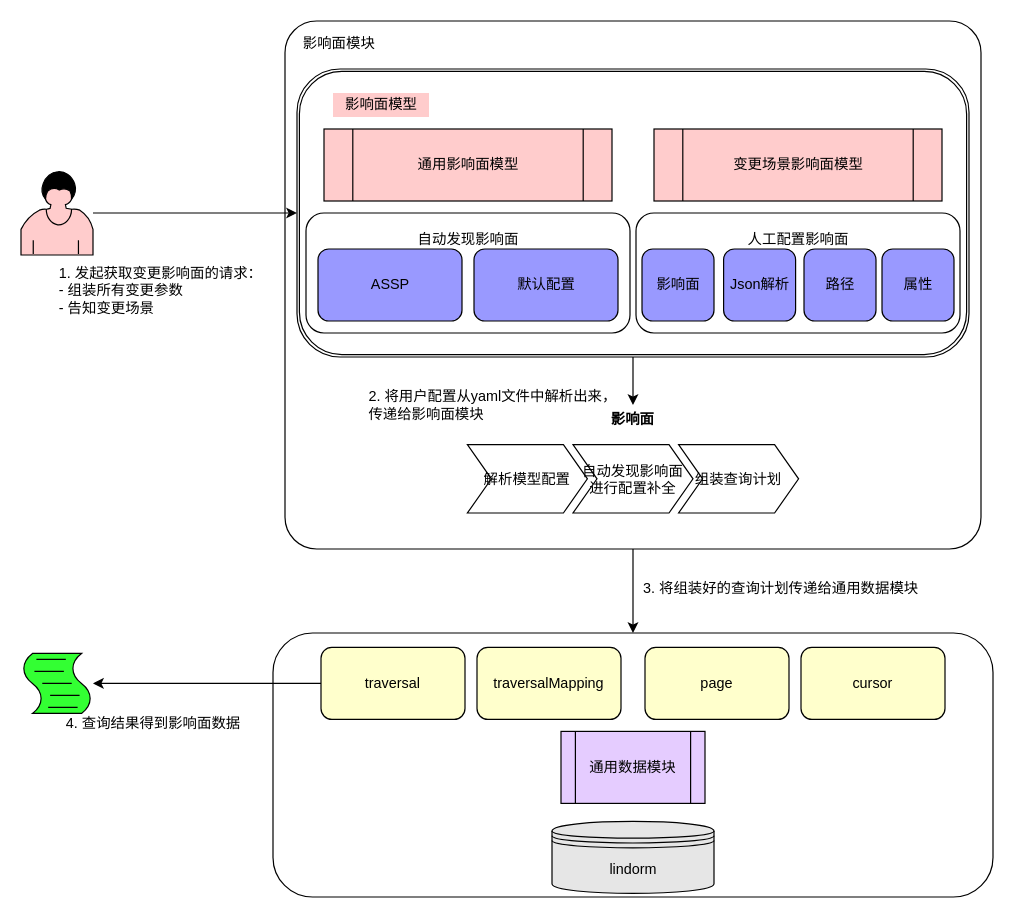
frankneu/draw.io keeps this draw.io diagram as 变更影响面内部框架.drawio. Above is the earlier version. Source tidied: cells renumbered, new cells numbered last; positions are measured from the earlier drawing's top-left corner, leaving out a move shared by most shapes. Both pictures are drawn from the tidied source at 120%, with x=0, y=0 at pixel (20, 20).
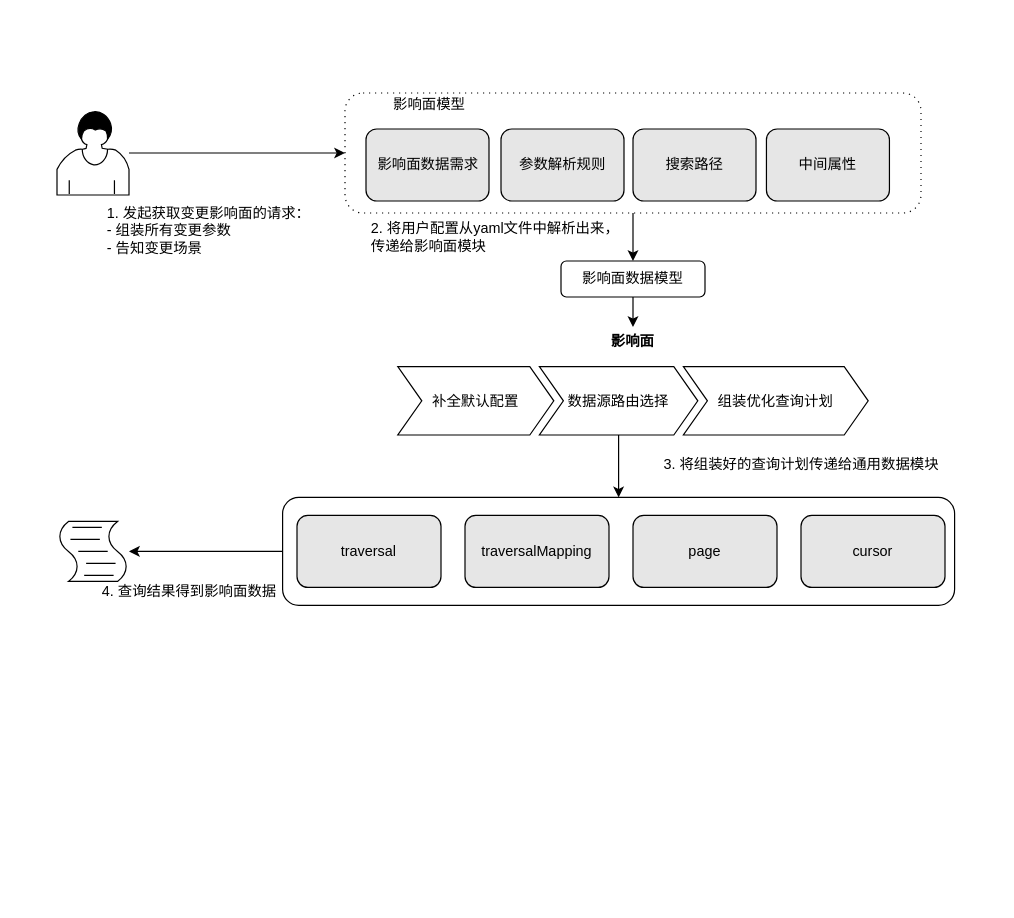
After the change.

Commit message:
Update 变更影响面内部框架.drawio

Diff of the diagram source:
```diff
@@
-    <mxCell id="2" style="edgeStyle=orthogonalEdgeStyle;rounded=0;jettySize=auto;html=1;exitX=0.5;exitY=1;exitDx=0;exitDy=0;entryX=0.5;entryY=0;entryDx=0;entryDy=0;" parent="1" edge="1" source="3" target="9">
-      <mxGeometry relative="1" as="geometry" />
-    </mxCell>
-    <mxCell id="3" value="&amp;nbsp; &amp;nbsp; 影响面模块&lt;br&gt;&lt;br&gt;&lt;br&gt;&lt;br&gt;&lt;br&gt;&lt;br&gt;&lt;br&gt;&lt;br&gt;&lt;br&gt;&lt;br&gt;&lt;br&gt;&lt;br&gt;&lt;br&gt;&lt;br&gt;&lt;br&gt;&lt;br&gt;&lt;br&gt;&lt;br&gt;&lt;br&gt;&lt;br&gt;&lt;br&gt;&lt;br&gt;&lt;br&gt;&lt;br&gt;&lt;br&gt;&lt;br&gt;&lt;br&gt;&lt;br&gt;&lt;br&gt;" style="rounded=1;whiteSpace=wrap;html=1;align=left;arcSize=6;" parent="1" vertex="1">
-      <mxGeometry x="220" width="580" height="440" as="geometry" />
-    </mxCell>
-    <mxCell id="4" style="shape=ext;double=1;rounded=1;whiteSpace=wrap;html=1;fillColor=none;arcSize=15;" parent="1" vertex="1">
-      <mxGeometry x="230" y="40" width="560" height="240" as="geometry" />
-    </mxCell>
-    <mxCell id="5" value="自动发现影响面&lt;br&gt;&lt;br&gt;&lt;br&gt;&lt;br&gt;&lt;br&gt;" style="rounded=1;whiteSpace=wrap;html=1;" parent="1" vertex="1">
-      <mxGeometry x="237.5" y="160" width="270" height="100" as="geometry" />
-    </mxCell>
-    <mxCell id="6" value="ASSP" style="rounded=1;whiteSpace=wrap;html=1;fillColor=#9999FF;" parent="1" vertex="1">
-      <mxGeometry x="247.5" y="190" width="120" height="60" as="geometry" />
-    </mxCell>
-    <mxCell id="7" value="默认配置" style="rounded=1;whiteSpace=wrap;html=1;fillColor=#9999FF;" parent="1" vertex="1">
-      <mxGeometry x="377.5" y="190" width="120" height="60" as="geometry" />
-    </mxCell>
-    <mxCell id="8" value="人工配置影响面&lt;br&gt;&lt;br&gt;&lt;br&gt;&lt;br&gt;&lt;br&gt;" style="rounded=1;whiteSpace=wrap;html=1;" parent="1" vertex="1">
-      <mxGeometry x="512.5" y="160" width="270" height="100" as="geometry" />
-    </mxCell>
+    <mxCell id="36" style="shape=ext;rounded=1;html=1;whiteSpace=wrap;dashed=1;dashPattern=1 4;fillColor=none;" parent="1" vertex="1">
+      <mxGeometry x="270" y="60" width="480" height="100" as="geometry" />
+    </mxCell>
+    <mxCell id="37" style="edgeStyle=orthogonalEdgeStyle;rounded=0;jettySize=auto;html=1;exitX=0;exitY=0.5;exitDx=0;exitDy=0;" parent="1" edge="1" source="9" target="24">
+      <mxGeometry relative="1" as="geometry" />
+    </mxCell>
     <mxCell id="9" style="rounded=1;whiteSpace=wrap;html=1;" parent="1" vertex="1">
-      <mxGeometry x="210" y="510" width="600" height="220" as="geometry" />
+      <mxGeometry x="218" y="397" width="560" height="90" as="geometry" />
     </mxCell>
-    <mxCell id="10" value="traversalMapping" style="rounded=1;whiteSpace=wrap;html=1;fillColor=#FFFFCC;" parent="1" vertex="1">
-      <mxGeometry x="380" y="522" width="120" height="60" as="geometry" />
+    <mxCell id="10" value="traversalMapping" style="rounded=1;whiteSpace=wrap;html=1;fillColor=#E6E6E6;" parent="1" vertex="1">
+      <mxGeometry x="370" y="412" width="120" height="60" as="geometry" />
     </mxCell>
-    <mxCell id="11" style="edgeStyle=orthogonalEdgeStyle;rounded=0;jettySize=auto;html=1;exitX=0;exitY=0.5;exitDx=0;exitDy=0;" parent="1" edge="1" source="12" target="24">
-      <mxGeometry relative="1" as="geometry" />
-    </mxCell>
-    <mxCell id="12" value="traversal" style="rounded=1;whiteSpace=wrap;html=1;fillColor=#FFFFCC;" parent="1" vertex="1">
-      <mxGeometry x="250" y="522" width="120" height="60" as="geometry" />
+    <mxCell id="12" value="traversal" style="rounded=1;whiteSpace=wrap;html=1;fillColor=#E6E6E6;" parent="1" vertex="1">
+      <mxGeometry x="230" y="412" width="120" height="60" as="geometry" />
     </mxCell>
-    <mxCell id="13" value="page" style="rounded=1;whiteSpace=wrap;html=1;fillColor=#FFFFCC;" parent="1" vertex="1">
-      <mxGeometry x="520" y="522" width="120" height="60" as="geometry" />
+    <mxCell id="13" value="page" style="rounded=1;whiteSpace=wrap;html=1;fillColor=#E6E6E6;" parent="1" vertex="1">
+      <mxGeometry x="510" y="412" width="120" height="60" as="geometry" />
     </mxCell>
-    <mxCell id="14" value="cursor" style="rounded=1;whiteSpace=wrap;html=1;fillColor=#FFFFCC;" parent="1" vertex="1">
-      <mxGeometry x="650" y="522" width="120" height="60" as="geometry" />
+    <mxCell id="14" value="cursor" style="rounded=1;whiteSpace=wrap;html=1;fillColor=#E6E6E6;" parent="1" vertex="1">
+      <mxGeometry x="650" y="412" width="120" height="60" as="geometry" />
     </mxCell>
-    <mxCell id="15" value="lindorm" style="shape=datastore;whiteSpace=wrap;html=1;fillColor=#E6E6E6;" parent="1" vertex="1">
-      <mxGeometry x="442.5" y="667" width="135" height="60" as="geometry" />
-    </mxCell>
-    <mxCell id="16" value="路径" style="rounded=1;whiteSpace=wrap;html=1;fillColor=#9999FF;" parent="1" vertex="1">
-      <mxGeometry x="652.5" y="190" width="60" height="60" as="geometry" />
-    </mxCell>
-    <mxCell id="17" value="影响面" style="rounded=1;whiteSpace=wrap;html=1;fillColor=#9999FF;" parent="1" vertex="1">
-      <mxGeometry x="517.5" y="190" width="60" height="60" as="geometry" />
+    <mxCell id="17" value="影响面数据需求" style="rounded=1;whiteSpace=wrap;html=1;fillColor=#E6E6E6;" parent="1" vertex="1">
+      <mxGeometry x="287.5" y="90" width="102.5" height="60" as="geometry" />
     </mxCell>
-    <mxCell id="18" value="属性" style="rounded=1;whiteSpace=wrap;html=1;fillColor=#9999FF;" parent="1" vertex="1">
-      <mxGeometry x="717.5" y="190" width="60" height="60" as="geometry" />
-    </mxCell>
-    <mxCell id="19" value="Json解析" style="rounded=1;whiteSpace=wrap;html=1;fillColor=#9999FF;" parent="1" vertex="1">
-      <mxGeometry x="585.5" y="190" width="60" height="60" as="geometry" />
-    </mxCell>
-    <mxCell id="20" value="通用影响面模型" style="shape=process;whiteSpace=wrap;html=1;backgroundOutline=1;fillColor=#FFCCCC;" parent="1" vertex="1">
-      <mxGeometry x="252.5" y="90" width="240" height="60" as="geometry" />
-    </mxCell>
-    <mxCell id="21" value="变更场景影响面模型" style="shape=process;whiteSpace=wrap;html=1;backgroundOutline=1;fillColor=#FFCCCC;" parent="1" vertex="1">
-      <mxGeometry x="527.5" y="90" width="240" height="60" as="geometry" />
-    </mxCell>
-    <mxCell id="22" value="通用数据模块" style="shape=process;whiteSpace=wrap;html=1;backgroundOutline=1;fillColor=#E5CCFF;" parent="1" vertex="1">
-      <mxGeometry x="450" y="592" width="120" height="60" as="geometry" />
-    </mxCell>
-    <mxCell id="23" style="shape=mxgraph.bpmn.user_task;html=1;outlineConnect=0;fillColor=#FFCCCC;" parent="1" vertex="1">
-      <mxGeometry y="125" width="60" height="70" as="geometry" />
+    <mxCell id="23" style="shape=mxgraph.bpmn.user_task;html=1;outlineConnect=0;fillColor=none;" parent="1" vertex="1">
+      <mxGeometry x="30" y="75" width="60" height="70" as="geometry" />
     </mxCell>
-    <mxCell id="24" style="shape=mxgraph.bpmn.script_task;html=1;outlineConnect=0;fillColor=#33FF33;" parent="1" vertex="1">
-      <mxGeometry y="527" width="60" height="50" as="geometry" />
+    <mxCell id="24" style="shape=mxgraph.bpmn.script_task;html=1;outlineConnect=0;fillColor=none;" parent="1" vertex="1">
+      <mxGeometry x="30" y="417" width="60" height="50" as="geometry" />
     </mxCell>
-    <mxCell id="25" style="edgeStyle=orthogonalEdgeStyle;rounded=0;jettySize=auto;html=1;exitX=0.5;exitY=1;exitDx=0;exitDy=0;" parent="1" edge="1" source="4" target="29">
-      <mxGeometry relative="1" as="geometry" />
-    </mxCell>
-    <mxCell id="26" value="影响面模型" style="text;html=1;align=center;verticalAlign=middle;fillColor=#FFCCCC;" parent="1" vertex="1">
-      <mxGeometry x="260" y="60" width="80" height="20" as="geometry" />
+    <mxCell id="26" value="影响面模型" style="text;html=1;align=center;verticalAlign=middle;fillColor=none;" parent="1" vertex="1">
+      <mxGeometry x="300" y="60" width="80" height="20" as="geometry" />
     </mxCell>
-    <mxCell id="27" style="endArrow=classic;html=1;entryX=0;entryY=0.5;entryDx=0;entryDy=0;fillColor=#FFCCCC;" parent="1" edge="1" source="23" target="4">
+    <mxCell id="27" style="endArrow=classic;html=1;entryX=0;entryY=0.5;entryDx=0;entryDy=0;fillColor=#FFCCCC;" parent="1" edge="1" source="23" target="36">
       <mxGeometry relative="1" as="geometry" />
     </mxCell>
     <mxCell id="28" value="1. 发起获取变更影响面的请求：&lt;br&gt;- 组装所有变更参数&lt;br&gt;- 告知变更场景" style="text;html=1;align=left;verticalAlign=middle;" parent="1" vertex="1">
-      <mxGeometry x="30" y="200" width="180" height="50" as="geometry" />
+      <mxGeometry x="70" y="150" width="180" height="50" as="geometry" />
     </mxCell>
     <mxCell id="29" value="影响面" style="swimlane;horizontal=1;fillColor=none;strokeColor=none;stackBorder=10;align=center;points=[];fontColor=#000000;" parent="1" vertex="1">
-      <mxGeometry x="362" y="320" width="296" height="100" as="geometry" />
+      <mxGeometry x="304" y="255" width="412" height="100" as="geometry" />
     </mxCell>
-    <mxCell id="30" value="解析模型配置" style="shape=step;perimeter=stepPerimeter;fixedSize=1;" parent="29" vertex="1">
-      <mxGeometry x="10" y="33" width="100" height="57" as="geometry" />
+    <mxCell id="30" value="补全默认配置" style="shape=step;perimeter=stepPerimeter;fixedSize=1;" parent="29" vertex="1">
+      <mxGeometry x="10" y="33" width="130" height="57" as="geometry" />
     </mxCell>
-    <mxCell id="31" value="自动发现影响面&#10;进行配置补全" style="shape=step;perimeter=stepPerimeter;fixedSize=1;points=[];" parent="29" vertex="1">
-      <mxGeometry x="98" y="33" width="100" height="57" as="geometry" />
+    <mxCell id="31" value="数据源路由选择" style="shape=step;perimeter=stepPerimeter;fixedSize=1;points=[];" parent="29" vertex="1">
+      <mxGeometry x="128" y="33" width="132" height="57" as="geometry" />
     </mxCell>
-    <mxCell id="32" value="组装查询计划" style="shape=step;perimeter=stepPerimeter;fixedSize=1;" parent="29" vertex="1">
-      <mxGeometry x="186" y="33" width="100" height="57" as="geometry" />
+    <mxCell id="32" value="组装优化查询计划" style="shape=step;perimeter=stepPerimeter;fixedSize=1;" parent="29" vertex="1">
+      <mxGeometry x="248" y="33" width="154" height="57" as="geometry" />
     </mxCell>
     <mxCell id="33" value="2. 将用户配置从yaml文件中解析出来，&lt;br&gt;传递给影响面模块" style="text;html=1;align=left;verticalAlign=middle;" parent="1" vertex="1">
-      <mxGeometry x="287.5" y="305" width="220" height="30" as="geometry" />
+      <mxGeometry x="290" y="165" width="220" height="30" as="geometry" />
     </mxCell>
     <mxCell id="34" value="3. 将组装好的查询计划传递给通用数据模块" style="text;html=1;align=center;verticalAlign=middle;" parent="1" vertex="1">
-      <mxGeometry x="512.5" y="463" width="240" height="20" as="geometry" />
+      <mxGeometry x="530" y="360" width="240" height="20" as="geometry" />
     </mxCell>
     <mxCell id="35" value="4. 查询结果得到影响面数据" style="text;html=1;align=center;verticalAlign=middle;" parent="1" vertex="1">
-      <mxGeometry x="30" y="576" width="160" height="20" as="geometry" />
+      <mxGeometry x="60" y="466" width="160" height="20" as="geometry" />
     </mxCell>
+    <mxCell id="38" style="edgeStyle=orthogonalEdgeStyle;rounded=0;jettySize=auto;html=1;exitX=0.5;exitY=1;exitDx=0;exitDy=0;entryX=0.5;entryY=0;entryDx=0;entryDy=0;" parent="1" edge="1" source="36" target="40">
+      <mxGeometry relative="1" as="geometry" />
+    </mxCell>
+    <mxCell id="39" style="edgeStyle=orthogonalEdgeStyle;rounded=0;jettySize=auto;html=1;exitX=0.5;exitY=1;exitDx=0;exitDy=0;" parent="1" edge="1" source="40" target="29">
+      <mxGeometry relative="1" as="geometry" />
+    </mxCell>
+    <mxCell id="40" value="影响面数据模型" style="rounded=1;whiteSpace=wrap;html=1;fillColor=none;" parent="1" vertex="1">
+      <mxGeometry x="450" y="200" width="120" height="30" as="geometry" />
+    </mxCell>
+    <mxCell id="41" value="参数解析规则" style="rounded=1;whiteSpace=wrap;html=1;fillColor=#E6E6E6;" parent="1" vertex="1">
+      <mxGeometry x="400" y="90" width="102.5" height="60" as="geometry" />
+    </mxCell>
+    <mxCell id="42" value="搜索路径" style="rounded=1;whiteSpace=wrap;html=1;fillColor=#E6E6E6;" parent="1" vertex="1">
+      <mxGeometry x="510" y="90" width="102.5" height="60" as="geometry" />
+    </mxCell>
+    <mxCell id="43" value="中间属性" style="rounded=1;whiteSpace=wrap;html=1;fillColor=#E6E6E6;" parent="1" vertex="1">
+      <mxGeometry x="621.2" y="90" width="102.5" height="60" as="geometry" />
+    </mxCell>
+    <mxCell id="44" style="edgeStyle=orthogonalEdgeStyle;rounded=0;jettySize=auto;html=1;entryX=0.5;entryY=0;entryDx=0;entryDy=0;" parent="1" edge="1" source="31" target="9">
+      <mxGeometry relative="1" as="geometry" />
+    </mxCell>
```
